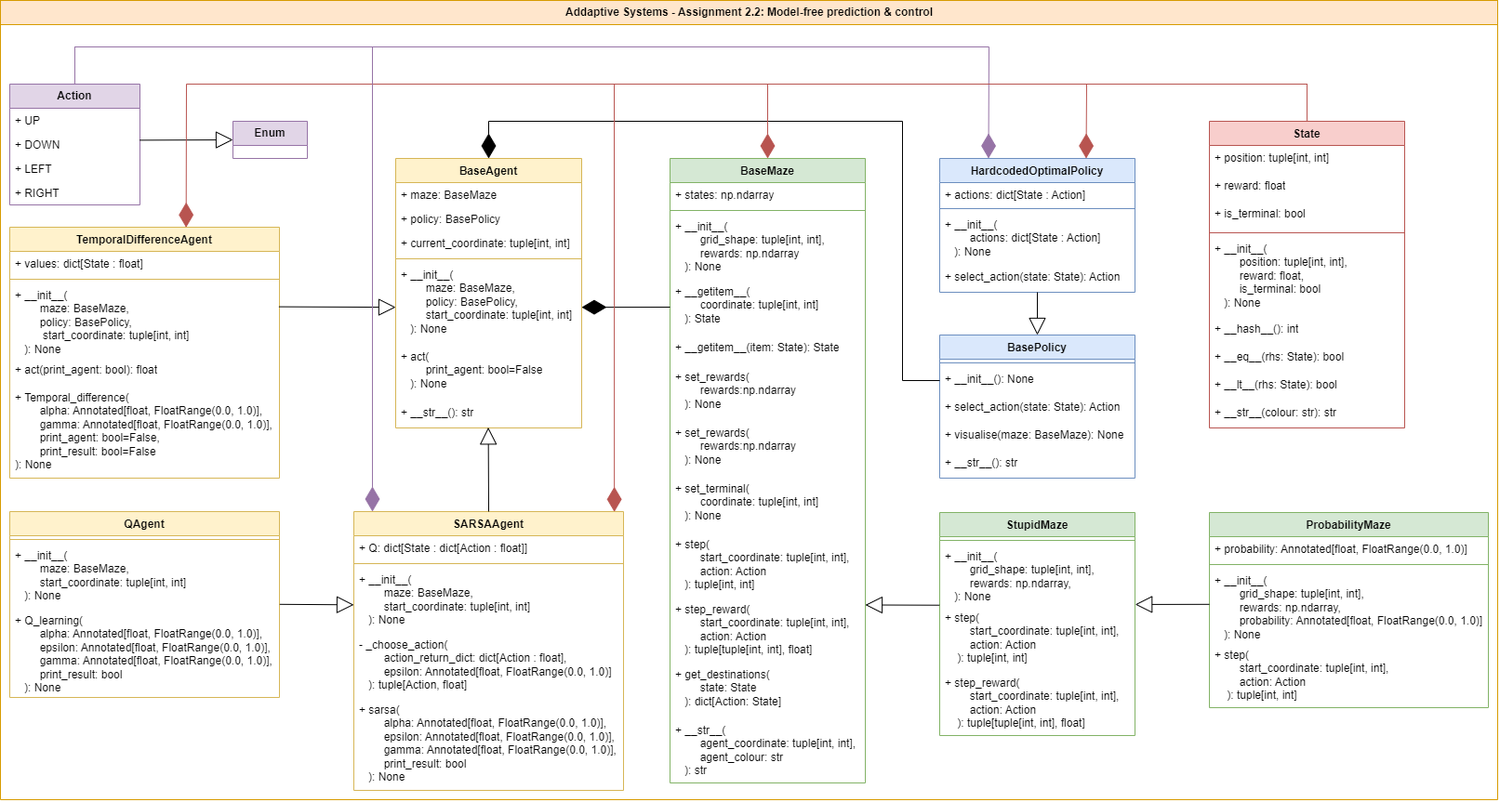
Above: AS-2_2-class_diagram.png in JorisHeemskerk/AS_2_2 (draw.io), before the change. Source tidied: cells renumbered, new cells last; positions are measured from the earlier drawing's top-left corner, leaving out a move shared by most shapes.
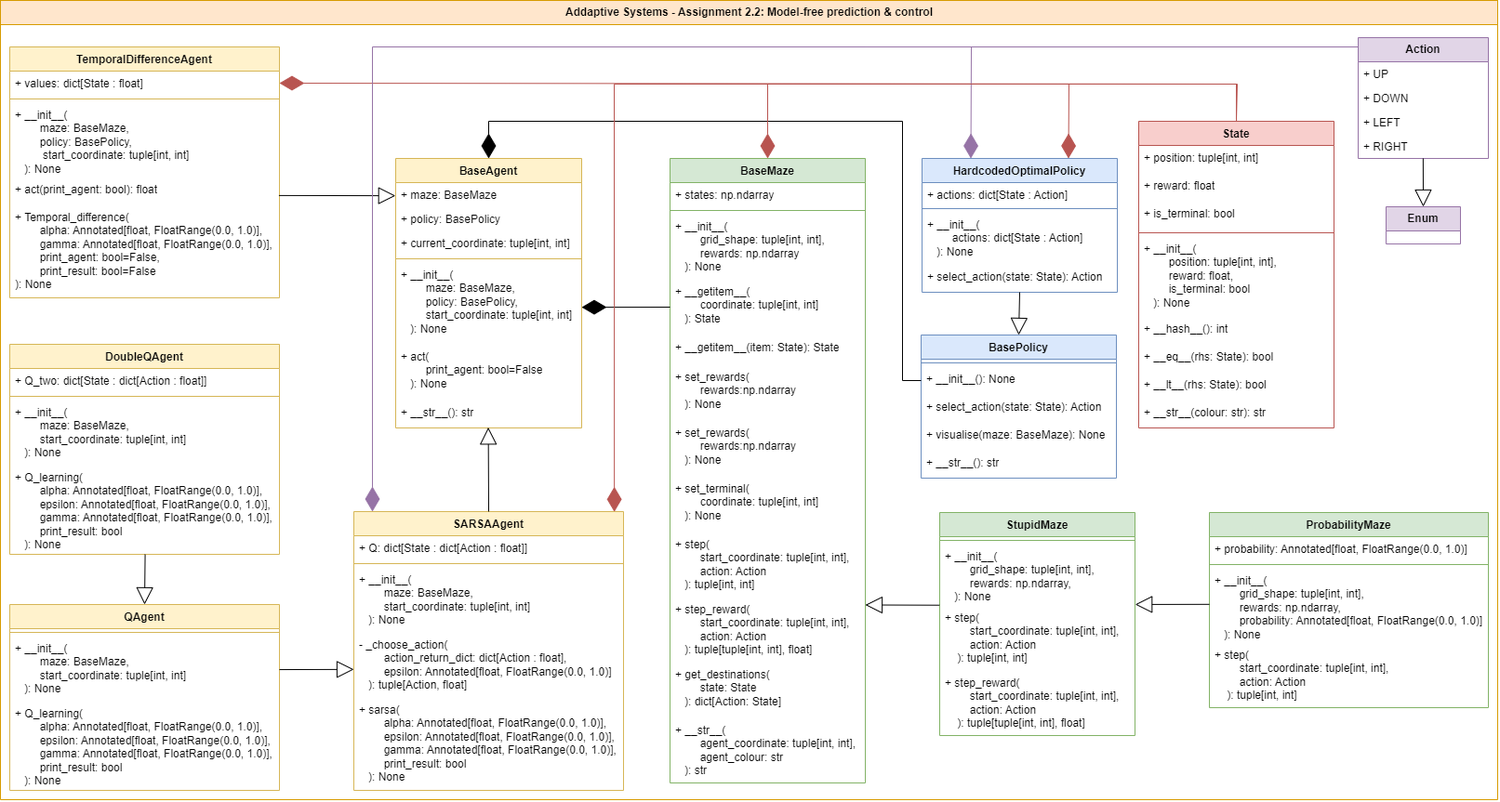
Later version of the same file.

Commit message:
update class diagram, fix bug in q learning agent

The edit, as a diff of the source:
```diff
@@ -3,7 +3,7 @@
     <mxCell id="0" />
     <mxCell id="1" parent="0" />
     <mxCell id="2" value="&lt;b&gt;Action&lt;/b&gt;" style="swimlane;fontStyle=0;horizontal=1;startSize=26;fillColor=#e1d5e7;whiteSpace=wrap;html=1;strokeColor=#9673a6;" parent="1" vertex="1">
-      <mxGeometry x="10" y="90" width="140" height="130" as="geometry" />
+      <mxGeometry x="1460" y="40" width="140" height="130" as="geometry" />
     </mxCell>
     <mxCell id="3" value="+ UP" style="text;strokeColor=none;fillColor=none;align=left;verticalAlign=top;spacingLeft=4;spacingRight=4;overflow=hidden;whiteSpace=wrap;html=1;" parent="2" vertex="1">
       <mxGeometry y="26" width="140" height="26" as="geometry" />
@@ -18,9 +18,9 @@
       <mxGeometry y="104" width="140" height="26" as="geometry" />
     </mxCell>
     <mxCell id="7" value="&lt;b&gt;Enum&lt;/b&gt;" style="swimlane;fontStyle=0;horizontal=1;startSize=26;fillColor=#e1d5e7;whiteSpace=wrap;html=1;strokeColor=#9673a6;" parent="1" vertex="1">
-      <mxGeometry x="250" y="130" width="80" height="40" as="geometry" />
+      <mxGeometry x="1490" y="222" width="80" height="40" as="geometry" />
     </mxCell>
-    <mxCell id="8" style="endArrow=block;endSize=16;endFill=0;html=1;rounded=0;entryX=0;entryY=0.5;entryDx=0;entryDy=0;exitX=0.998;exitY=0.322;exitDx=0;exitDy=0;exitPerimeter=0;" parent="1" edge="1" source="4" target="7">
+    <mxCell id="8" style="endArrow=block;endSize=16;endFill=0;html=1;rounded=0;entryX=0.5;entryY=0;entryDx=0;entryDy=0;exitX=0.499;exitY=1;exitDx=0;exitDy=0;exitPerimeter=0;" parent="1" edge="1" source="6" target="7">
       <mxGeometry relative="1" as="geometry" />
     </mxCell>
     <mxCell id="9" value="BaseAgent" style="swimlane;fontStyle=1;align=center;verticalAlign=top;horizontal=1;startSize=26;whiteSpace=wrap;html=1;fillColor=#fff2cc;strokeColor=#d6b656;" parent="1" vertex="1">
@@ -87,7 +87,7 @@
       <mxGeometry y="602" width="210" height="70" as="geometry" />
     </mxCell>
     <mxCell id="30" value="BasePolicy" style="swimlane;fontStyle=1;align=center;verticalAlign=top;horizontal=1;startSize=26;whiteSpace=wrap;html=1;fillColor=#dae8fc;strokeColor=#6c8ebf;" parent="1" vertex="1">
-      <mxGeometry x="1010" y="360" width="210" height="154" as="geometry" />
+      <mxGeometry x="990" y="360" width="210" height="154" as="geometry" />
     </mxCell>
     <mxCell id="31" style="line;strokeWidth=1;fillColor=none;align=left;verticalAlign=middle;spacingTop=-1;spacingLeft=3;spacingRight=3;labelPosition=right;strokeColor=inherit;" parent="30" vertex="1">
       <mxGeometry y="26" width="210" height="8" as="geometry" />
@@ -117,7 +117,7 @@
       </mxGeometry>
     </mxCell>
     <mxCell id="38" value="HardcodedOptimalPolicy" style="swimlane;fontStyle=1;align=center;verticalAlign=top;horizontal=1;startSize=26;whiteSpace=wrap;html=1;fillColor=#dae8fc;strokeColor=#6c8ebf;" parent="1" vertex="1">
-      <mxGeometry x="1010" y="170" width="210" height="144" as="geometry" />
+      <mxGeometry x="991" y="170" width="210" height="144" as="geometry" />
     </mxCell>
     <mxCell id="39" value="+ actions: dict[State : Action]" style="text;strokeColor=none;fillColor=none;align=left;verticalAlign=top;spacingLeft=4;spacingRight=4;overflow=hidden;whiteSpace=wrap;html=1;" parent="38" vertex="1">
       <mxGeometry y="26" width="210" height="24" as="geometry" />
@@ -135,7 +135,7 @@
       <mxGeometry relative="1" as="geometry" />
     </mxCell>
     <mxCell id="44" value="QAgent" style="swimlane;fontStyle=1;align=center;verticalAlign=top;horizontal=1;startSize=26;whiteSpace=wrap;html=1;fillColor=#fff2cc;strokeColor=#d6b656;" parent="1" vertex="1">
-      <mxGeometry x="10" y="550" width="290" height="200" as="geometry" />
+      <mxGeometry x="10" y="650" width="290" height="200" as="geometry" />
     </mxCell>
     <mxCell id="45" style="line;strokeWidth=1;fillColor=none;align=left;verticalAlign=middle;spacingTop=-1;spacingLeft=3;spacingRight=3;labelPosition=right;strokeColor=inherit;" parent="44" vertex="1">
       <mxGeometry y="26" width="290" height="8" as="geometry" />
@@ -146,9 +146,6 @@
     <mxCell id="47" value="&lt;div&gt;+&amp;nbsp;&lt;span style=&quot;background-color: initial;&quot;&gt;Q_learning(&lt;/span&gt;&lt;/div&gt;&lt;div&gt;&lt;span style=&quot;background-color: initial;&quot;&gt;&amp;nbsp; &amp;nbsp; &amp;nbsp; &amp;nbsp; alpha: Annotated[float, FloatRange(0.0, 1.0)],&lt;/span&gt;&lt;br&gt;&lt;/div&gt;&lt;div&gt;&amp;nbsp; &amp;nbsp; &amp;nbsp; &amp;nbsp; epsilon: Annotated[float, FloatRange(0.0, 1.0)],&lt;/div&gt;&lt;div&gt;&amp;nbsp; &amp;nbsp; &amp;nbsp; &amp;nbsp; gamma: Annotated[float, FloatRange(0.0, 1.0)],&lt;/div&gt;&lt;div&gt;&amp;nbsp; &amp;nbsp; &amp;nbsp; &amp;nbsp; print_result: bool&lt;/div&gt;&lt;div&gt;&amp;nbsp; &amp;nbsp;): None&lt;/div&gt;" style="text;strokeColor=none;fillColor=none;align=left;verticalAlign=top;spacingLeft=4;spacingRight=4;overflow=hidden;whiteSpace=wrap;html=1;" parent="44" vertex="1">
       <mxGeometry y="104" width="290" height="96" as="geometry" />
     </mxCell>
-    <mxCell id="48" style="endArrow=block;endSize=16;endFill=0;html=1;rounded=0;exitX=1.001;exitY=0.94;exitDx=0;exitDy=0;entryX=0;entryY=0.576;entryDx=0;entryDy=0;exitPerimeter=0;entryPerimeter=0;" parent="1" edge="1" source="46" target="52">
-      <mxGeometry relative="1" as="geometry" />
-    </mxCell>
     <mxCell id="49" value="SARSAAgent" style="swimlane;fontStyle=1;align=center;verticalAlign=top;horizontal=1;startSize=26;whiteSpace=wrap;html=1;fillColor=#fff2cc;strokeColor=#d6b656;" parent="1" vertex="1">
       <mxGeometry x="380" y="550" width="290" height="300" as="geometry" />
     </mxCell>
@@ -171,7 +168,7 @@
       <mxGeometry relative="1" as="geometry" />
     </mxCell>
     <mxCell id="56" value="State" style="swimlane;fontStyle=1;align=center;verticalAlign=top;horizontal=1;startSize=26;whiteSpace=wrap;html=1;fillColor=#f8cecc;strokeColor=#b85450;" parent="1" vertex="1">
-      <mxGeometry x="1300" y="130" width="210" height="330" as="geometry" />
+      <mxGeometry x="1224" y="130" width="210" height="330" as="geometry" />
     </mxCell>
     <mxCell id="57" value="+ position: tuple[int, int]" style="text;align=left;verticalAlign=top;spacingLeft=4;spacingRight=4;overflow=hidden;whiteSpace=wrap;html=1;" parent="56" vertex="1">
       <mxGeometry y="26" width="210" height="30" as="geometry" />
@@ -203,7 +200,7 @@
     <mxCell id="66" style="endArrow=diamondThin;endFill=1;endSize=24;html=1;rounded=0;entryX=0.5;entryY=0;entryDx=0;entryDy=0;exitX=0.5;exitY=0;exitDx=0;exitDy=0;fillColor=#f8cecc;strokeColor=#b85450;" parent="1" edge="1" source="56" target="17">
       <mxGeometry relative="1" as="geometry">
         <Array as="points">
-          <mxPoint x="1405" y="90" />
+          <mxPoint x="1330" y="90" />
           <mxPoint x="825" y="90" />
         </Array>
       </mxGeometry>
@@ -245,7 +242,7 @@
       <mxGeometry relative="1" as="geometry" />
     </mxCell>
     <mxCell id="79" value="TemporalDifferenceAgent" style="swimlane;fontStyle=1;align=center;verticalAlign=top;horizontal=1;startSize=26;whiteSpace=wrap;html=1;fillColor=#fff2cc;strokeColor=#d6b656;" parent="1" vertex="1">
-      <mxGeometry x="10" y="244" width="290" height="270" as="geometry" />
+      <mxGeometry x="10" y="50" width="290" height="270" as="geometry" />
     </mxCell>
     <mxCell id="80" value="+ values: dict[State : float]" style="text;strokeColor=none;fillColor=none;align=left;verticalAlign=top;spacingLeft=4;spacingRight=4;overflow=hidden;points=[[0,0.5],[1,0.5]];portConstraint=eastwest;whiteSpace=wrap;html=1;" parent="79" vertex="1">
       <mxGeometry y="26" width="290" height="26" as="geometry" />
@@ -262,37 +259,34 @@
     <mxCell id="84" value="+ Temporal_difference(&lt;div&gt;&lt;div&gt;&lt;span style=&quot;white-space: pre;&quot;&gt;&#9;&lt;/span&gt;alpha: Annotated[float, FloatRange(0.0, 1.0)],&lt;/div&gt;&lt;div&gt;&amp;nbsp; &amp;nbsp; &amp;nbsp; &amp;nbsp; gamma: Annotated[float, FloatRange(0.0, 1.0)],&lt;/div&gt;&lt;div&gt;&amp;nbsp; &amp;nbsp; &amp;nbsp; &amp;nbsp; print_agent: bool=False,&lt;/div&gt;&lt;div&gt;&amp;nbsp; &amp;nbsp; &amp;nbsp; &amp;nbsp; print_result: bool=False&lt;/div&gt;&lt;/div&gt;&lt;div&gt;): None&lt;/div&gt;" style="text;strokeColor=none;fillColor=none;align=left;verticalAlign=top;spacingLeft=4;spacingRight=4;overflow=hidden;whiteSpace=wrap;html=1;" parent="79" vertex="1">
       <mxGeometry y="170" width="290" height="100" as="geometry" />
     </mxCell>
-    <mxCell id="85" style="endArrow=block;endSize=16;endFill=0;html=1;rounded=0;entryX=0;entryY=0.547;entryDx=0;entryDy=0;exitX=0.998;exitY=0.32;exitDx=0;exitDy=0;entryPerimeter=0;exitPerimeter=0;" parent="1" edge="1" source="82" target="14">
+    <mxCell id="85" style="endArrow=block;endSize=16;endFill=0;html=1;rounded=0;entryX=-0.001;entryY=0.543;entryDx=0;entryDy=0;exitX=0.998;exitY=0.663;exitDx=0;exitDy=0;exitPerimeter=0;entryPerimeter=0;" parent="1" edge="1" source="83" target="10">
       <mxGeometry relative="1" as="geometry" />
     </mxCell>
-    <mxCell id="86" style="endArrow=diamondThin;endFill=1;endSize=24;html=1;rounded=0;entryX=0.654;entryY=0.001;entryDx=0;entryDy=0;exitX=0.5;exitY=0;exitDx=0;exitDy=0;fillColor=#f8cecc;strokeColor=#b85450;entryPerimeter=0;" parent="1" edge="1" source="56" target="79">
+    <mxCell id="86" style="endArrow=diamondThin;endFill=1;endSize=24;html=1;rounded=0;exitX=0.5;exitY=0;exitDx=0;exitDy=0;fillColor=#f8cecc;strokeColor=#b85450;entryX=1;entryY=0.5;entryDx=0;entryDy=0;" parent="1" edge="1" source="56" target="80">
       <mxGeometry relative="1" as="geometry">
         <Array as="points">
-          <mxPoint x="1405" y="90" />
-          <mxPoint x="200" y="90" />
+          <mxPoint x="1329" y="90" />
         </Array>
       </mxGeometry>
     </mxCell>
-    <mxCell id="87" style="endArrow=diamondThin;endFill=1;endSize=24;html=1;rounded=0;entryX=0.25;entryY=0;entryDx=0;entryDy=0;exitX=0.5;exitY=0;exitDx=0;exitDy=0;fillColor=#e1d5e7;strokeColor=#9673a6;" parent="1" edge="1" source="2" target="38">
+    <mxCell id="87" style="endArrow=diamondThin;endFill=1;endSize=24;html=1;rounded=0;entryX=0.25;entryY=0;entryDx=0;entryDy=0;exitX=-0.001;exitY=0.077;exitDx=0;exitDy=0;fillColor=#e1d5e7;strokeColor=#9673a6;exitPerimeter=0;" parent="1" edge="1" source="2" target="38">
       <mxGeometry relative="1" as="geometry">
         <Array as="points">
-          <mxPoint x="80" y="50" />
-          <mxPoint x="1063" y="50" />
+          <mxPoint x="1044" y="50" />
         </Array>
       </mxGeometry>
     </mxCell>
     <mxCell id="88" style="endArrow=diamondThin;endFill=1;endSize=24;html=1;rounded=0;entryX=0.75;entryY=0;entryDx=0;entryDy=0;exitX=0.5;exitY=0;exitDx=0;exitDy=0;fillColor=#f8cecc;strokeColor=#b85450;" parent="1" edge="1" source="56" target="38">
       <mxGeometry relative="1" as="geometry">
         <Array as="points">
-          <mxPoint x="1405" y="90" />
-          <mxPoint x="1168" y="90" />
+          <mxPoint x="1329" y="90" />
+          <mxPoint x="1149" y="90" />
         </Array>
       </mxGeometry>
     </mxCell>
-    <mxCell id="89" style="endArrow=diamondThin;endFill=1;endSize=24;html=1;rounded=0;exitX=0.5;exitY=0;exitDx=0;exitDy=0;entryX=0.069;entryY=0;entryDx=0;entryDy=0;entryPerimeter=0;fillColor=#e1d5e7;strokeColor=#9673a6;" parent="1" edge="1" source="2" target="49">
+    <mxCell id="89" style="endArrow=diamondThin;endFill=1;endSize=24;html=1;rounded=0;exitX=0;exitY=0.077;exitDx=0;exitDy=0;entryX=0.069;entryY=0;entryDx=0;entryDy=0;entryPerimeter=0;fillColor=#e1d5e7;strokeColor=#9673a6;exitPerimeter=0;" parent="1" edge="1" source="2" target="49">
       <mxGeometry relative="1" as="geometry">
         <Array as="points">
-          <mxPoint x="80" y="50" />
           <mxPoint x="400" y="50" />
         </Array>
       </mxGeometry>
@@ -300,7 +294,7 @@
     <mxCell id="90" style="endArrow=diamondThin;endFill=1;endSize=24;html=1;rounded=0;entryX=0.966;entryY=0.001;entryDx=0;entryDy=0;exitX=0.5;exitY=0;exitDx=0;exitDy=0;entryPerimeter=0;fillColor=#f8cecc;strokeColor=#b85450;" parent="1" edge="1" source="56" target="49">
       <mxGeometry relative="1" as="geometry">
         <Array as="points">
-          <mxPoint x="1405" y="90" />
+          <mxPoint x="1329" y="90" />
           <mxPoint x="660" y="90" />
         </Array>
       </mxGeometry>
@@ -324,5 +318,26 @@
         <mxPoint x="1610" y="860" as="sourcePoint" />
       </mxGeometry>
     </mxCell>
+    <mxCell id="95" value="DoubleQAgent" style="swimlane;fontStyle=1;align=center;verticalAlign=top;horizontal=1;startSize=26;whiteSpace=wrap;html=1;fillColor=#fff2cc;strokeColor=#d6b656;" parent="1" vertex="1">
+      <mxGeometry x="10" y="370" width="290" height="226" as="geometry" />
+    </mxCell>
+    <mxCell id="96" value="+ Q_two: dict[State : dict[Action : float]]" style="text;strokeColor=none;fillColor=none;align=left;verticalAlign=top;spacingLeft=4;spacingRight=4;overflow=hidden;whiteSpace=wrap;html=1;" parent="95" vertex="1">
+      <mxGeometry y="26" width="290" height="26" as="geometry" />
+    </mxCell>
+    <mxCell id="97" style="line;strokeWidth=1;fillColor=none;align=left;verticalAlign=middle;spacingTop=-1;spacingLeft=3;spacingRight=3;labelPosition=right;strokeColor=inherit;" parent="95" vertex="1">
+      <mxGeometry y="52" width="290" height="8" as="geometry" />
+    </mxCell>
+    <mxCell id="98" value="+ __init__(&lt;div&gt;&lt;span style=&quot;white-space: pre;&quot;&gt;&#9;&lt;/span&gt;maze: BaseMaze,&lt;/div&gt;&lt;div&gt;&lt;span style=&quot;background-color: initial; white-space: pre;&quot;&gt;&#9;&lt;/span&gt;&lt;span style=&quot;background-color: initial;&quot;&gt;start_coordinate: tuple[int, int]&lt;/span&gt;&lt;br&gt;&lt;/div&gt;&lt;div&gt;&amp;nbsp; &amp;nbsp;): None&lt;/div&gt;" style="text;strokeColor=none;fillColor=none;align=left;verticalAlign=top;spacingLeft=4;spacingRight=4;overflow=hidden;whiteSpace=wrap;html=1;" parent="95" vertex="1">
+      <mxGeometry y="60" width="290" height="70" as="geometry" />
+    </mxCell>
+    <mxCell id="99" value="&lt;div&gt;+&amp;nbsp;&lt;span style=&quot;background-color: initial;&quot;&gt;Q_learning(&lt;/span&gt;&lt;/div&gt;&lt;div&gt;&lt;span style=&quot;background-color: initial;&quot;&gt;&amp;nbsp; &amp;nbsp; &amp;nbsp; &amp;nbsp; alpha: Annotated[float, FloatRange(0.0, 1.0)],&lt;/span&gt;&lt;br&gt;&lt;/div&gt;&lt;div&gt;&amp;nbsp; &amp;nbsp; &amp;nbsp; &amp;nbsp; epsilon: Annotated[float, FloatRange(0.0, 1.0)],&lt;/div&gt;&lt;div&gt;&amp;nbsp; &amp;nbsp; &amp;nbsp; &amp;nbsp; gamma: Annotated[float, FloatRange(0.0, 1.0)],&lt;/div&gt;&lt;div&gt;&amp;nbsp; &amp;nbsp; &amp;nbsp; &amp;nbsp; print_result: bool&lt;/div&gt;&lt;div&gt;&amp;nbsp; &amp;nbsp;): None&lt;/div&gt;" style="text;strokeColor=none;fillColor=none;align=left;verticalAlign=top;spacingLeft=4;spacingRight=4;overflow=hidden;points=[[0,0.5],[1,0.5]];portConstraint=eastwest;whiteSpace=wrap;html=1;" parent="95" vertex="1">
+      <mxGeometry y="130" width="290" height="96" as="geometry" />
+    </mxCell>
+    <mxCell id="100" style="endArrow=block;endSize=16;endFill=0;html=1;rounded=0;entryX=0;entryY=0.569;entryDx=0;entryDy=0;entryPerimeter=0;exitX=1;exitY=0.515;exitDx=0;exitDy=0;exitPerimeter=0;" parent="1" edge="1" source="46" target="53">
+      <mxGeometry relative="1" as="geometry" />
+    </mxCell>
+    <mxCell id="48" style="endArrow=block;endSize=16;endFill=0;html=1;rounded=0;exitX=0.502;exitY=1.001;exitDx=0;exitDy=0;entryX=0.5;entryY=0;entryDx=0;entryDy=0;exitPerimeter=0;" parent="1" edge="1" source="99" target="44">
+      <mxGeometry relative="1" as="geometry" />
+    </mxCell>
   </root>
 </mxGraphModel>
```
